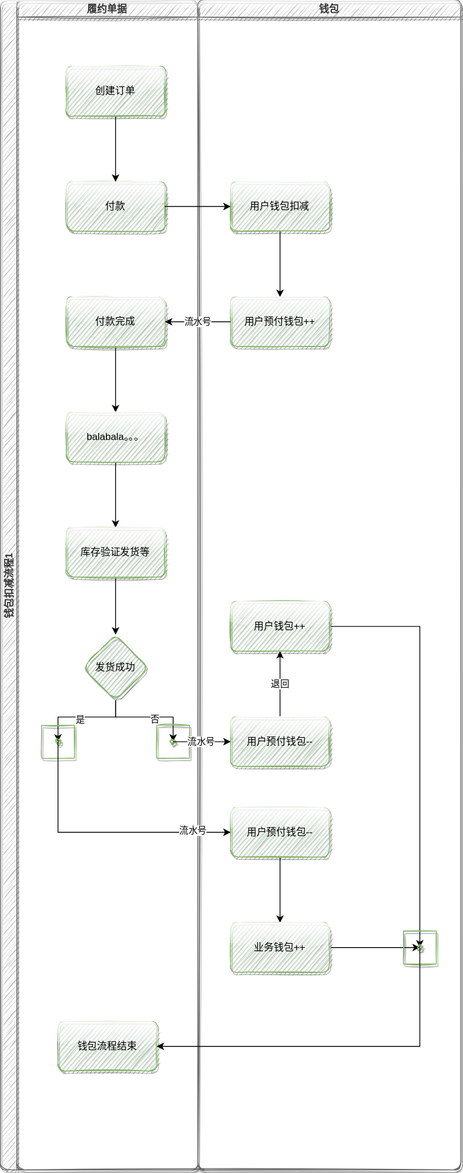
Earlier version of the draw.io export wb_qianbao.drawio.svg (fsdmp/diagrams). Source tidied: cells renumbered, new cells last; positions are measured from the earlier drawing's top-left corner, leaving out a move shared by most shapes.
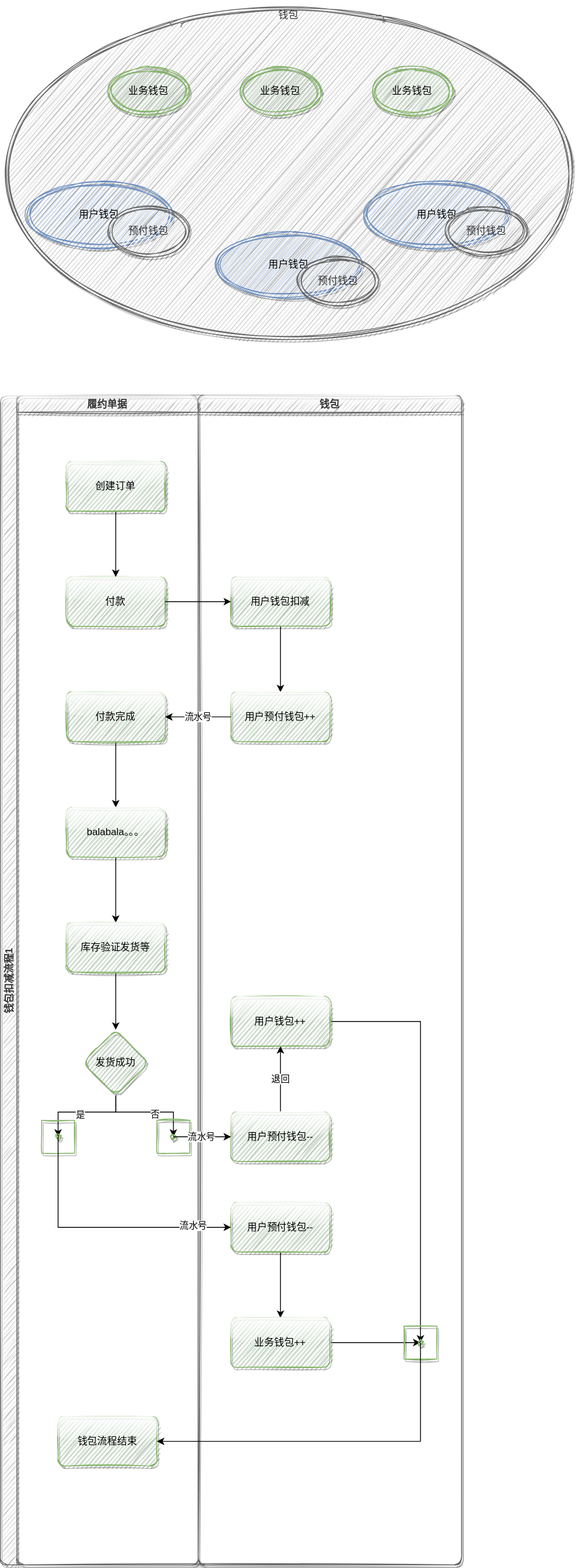
Later version of the same file.

Diff of the diagram source:
```diff
@@ -137,5 +137,35 @@
     <mxCell id="40" value="创建订单" style="whiteSpace=wrap;html=1;rounded=1;shadow=1;glass=1;sketch=1;strokeColor=#82b366;fillColor=#d5e8d4;" parent="1" vertex="1">
       <mxGeometry x="80" y="80" width="120" height="60" as="geometry" />
     </mxCell>
+    <mxCell id="41" value="钱包" style="ellipse;shape=doubleEllipse;whiteSpace=wrap;html=1;rounded=1;shadow=1;glass=1;sketch=1;strokeColor=#666666;verticalAlign=top;fillColor=#f5f5f5;fontColor=#333333;" parent="1" vertex="1">
+      <mxGeometry y="-480" width="700" height="420" as="geometry" />
+    </mxCell>
+    <mxCell id="42" value="业务钱包" style="ellipse;shape=doubleEllipse;whiteSpace=wrap;html=1;rounded=1;shadow=1;glass=1;sketch=1;strokeColor=#82b366;fillColor=#d5e8d4;" parent="1" vertex="1">
+      <mxGeometry x="130" y="-400" width="100" height="60" as="geometry" />
+    </mxCell>
+    <mxCell id="43" value="业务钱包" style="ellipse;shape=doubleEllipse;whiteSpace=wrap;html=1;rounded=1;shadow=1;glass=1;sketch=1;strokeColor=#82b366;fillColor=#d5e8d4;" parent="1" vertex="1">
+      <mxGeometry x="290" y="-400" width="100" height="60" as="geometry" />
+    </mxCell>
+    <mxCell id="44" value="业务钱包" style="ellipse;shape=doubleEllipse;whiteSpace=wrap;html=1;rounded=1;shadow=1;glass=1;sketch=1;strokeColor=#82b366;fillColor=#d5e8d4;" parent="1" vertex="1">
+      <mxGeometry x="450" y="-400" width="100" height="60" as="geometry" />
+    </mxCell>
+    <mxCell id="45" value="用户钱包" style="ellipse;shape=doubleEllipse;whiteSpace=wrap;html=1;rounded=1;shadow=1;glass=1;sketch=1;strokeColor=#6c8ebf;fillColor=#dae8fc;" parent="1" vertex="1">
+      <mxGeometry x="30" y="-260" width="180" height="80" as="geometry" />
+    </mxCell>
+    <mxCell id="46" value="预付钱包" style="ellipse;shape=doubleEllipse;whiteSpace=wrap;html=1;rounded=1;shadow=1;glass=1;sketch=1;strokeColor=#666666;fillColor=#f5f5f5;fontColor=#333333;" parent="1" vertex="1">
+      <mxGeometry x="130" y="-230" width="100" height="60" as="geometry" />
+    </mxCell>
+    <mxCell id="47" value="用户钱包" style="ellipse;shape=doubleEllipse;whiteSpace=wrap;html=1;rounded=1;shadow=1;glass=1;sketch=1;strokeColor=#6c8ebf;fillColor=#dae8fc;" parent="1" vertex="1">
+      <mxGeometry x="440" y="-260" width="180" height="80" as="geometry" />
+    </mxCell>
+    <mxCell id="48" value="预付钱包" style="ellipse;shape=doubleEllipse;whiteSpace=wrap;html=1;rounded=1;shadow=1;glass=1;sketch=1;strokeColor=#666666;fillColor=#f5f5f5;fontColor=#333333;" parent="1" vertex="1">
+      <mxGeometry x="540" y="-230" width="100" height="60" as="geometry" />
+    </mxCell>
+    <mxCell id="49" value="用户钱包" style="ellipse;shape=doubleEllipse;whiteSpace=wrap;html=1;rounded=1;shadow=1;glass=1;sketch=1;strokeColor=#6c8ebf;fillColor=#dae8fc;" parent="1" vertex="1">
+      <mxGeometry x="260" y="-199" width="180" height="80" as="geometry" />
+    </mxCell>
+    <mxCell id="50" value="预付钱包" style="ellipse;shape=doubleEllipse;whiteSpace=wrap;html=1;rounded=1;shadow=1;glass=1;sketch=1;strokeColor=#666666;fillColor=#f5f5f5;fontColor=#333333;" parent="1" vertex="1">
+      <mxGeometry x="360" y="-169" width="100" height="60" as="geometry" />
+    </mxCell>
   </root>
 </mxGraphModel>
```
